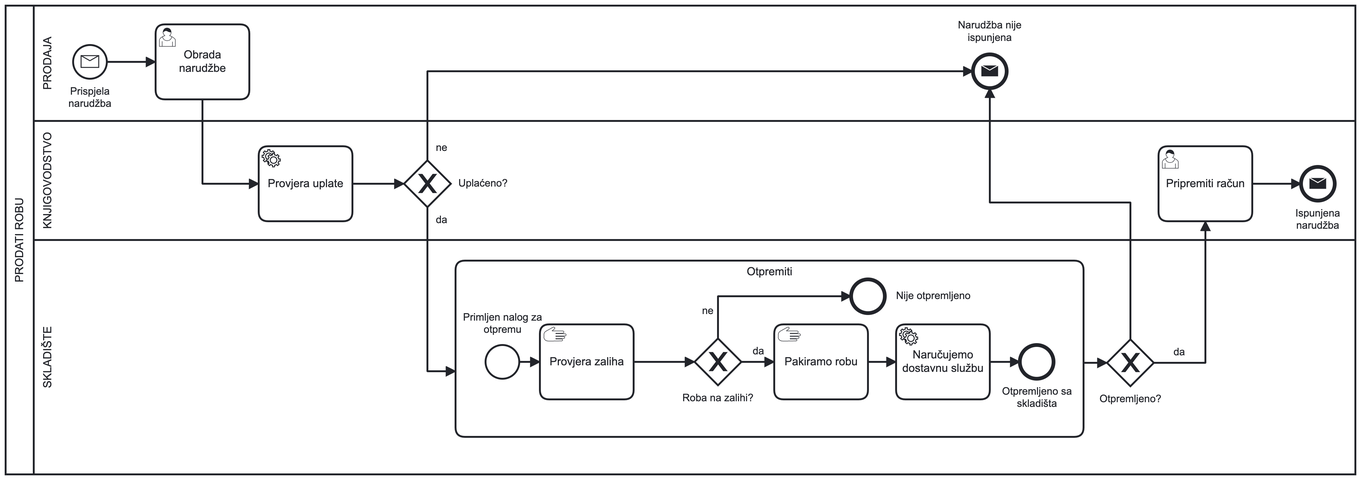
Before: UPP2 - Dopunski atributi elemenata modela procesa/screenshots/pp_prodati_robu_w_diff_activities_and_subprocess.png, a diagram exported from BPMN (lukablaskovic/FIPU-UPP). Its source is kept beside it as UPP2 - Dopunski atributi elemenata modela procesa/models/pp_prodati_robu_w_diff_activities_and_subprocess.bpmn. Ids are renumbered.
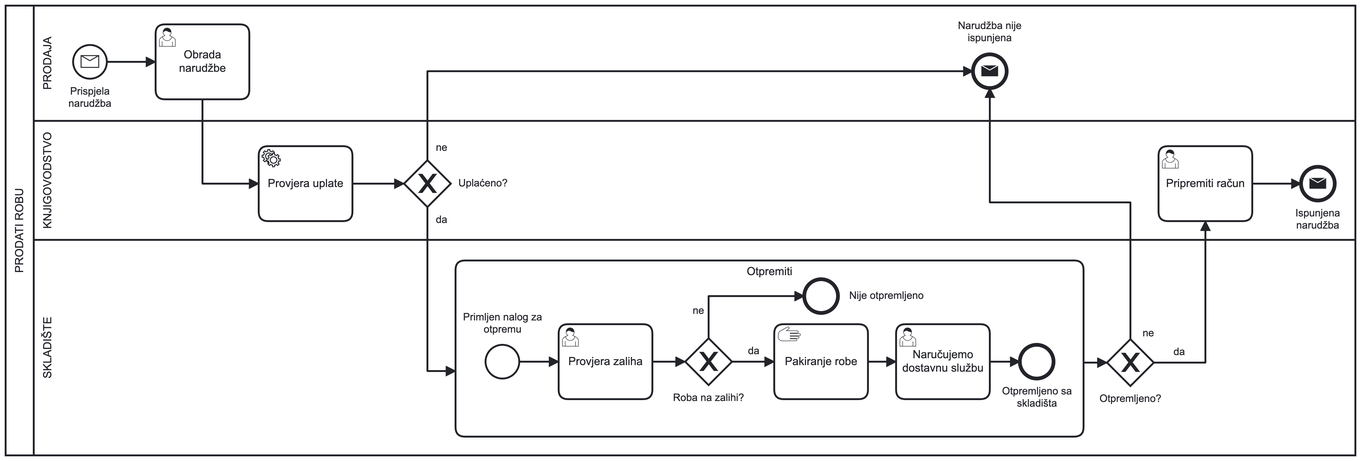
The same file after the commit.

The edit, as a diff of the source:
```diff
@@ -5,22 +5,22 @@
   <bpmn:process id="Process_n4" isExecutable="true">
     <bpmn:laneSet id="LaneSet_n5">
       <bpmn:lane id="Lane_n6" name="PRODAJA">
+        <bpmn:flowNodeRef>Event_n8</bpmn:flowNodeRef>
         <bpmn:flowNodeRef>Activity_n7</bpmn:flowNodeRef>
-        <bpmn:flowNodeRef>Event_n8</bpmn:flowNodeRef>
         <bpmn:flowNodeRef>Event_n9</bpmn:flowNodeRef>
       </bpmn:lane>
       <bpmn:lane id="Lane_n10" name="KNJIGOVODSTVO">
+        <bpmn:flowNodeRef>Activity_n14</bpmn:flowNodeRef>
+        <bpmn:flowNodeRef>Event_n13</bpmn:flowNodeRef>
+        <bpmn:flowNodeRef>Activity_n12</bpmn:flowNodeRef>
         <bpmn:flowNodeRef>Gateway_n11</bpmn:flowNodeRef>
-        <bpmn:flowNodeRef>Activity_n12</bpmn:flowNodeRef>
-        <bpmn:flowNodeRef>Event_n13</bpmn:flowNodeRef>
-        <bpmn:flowNodeRef>Activity_n14</bpmn:flowNodeRef>
       </bpmn:lane>
       <bpmn:lane id="Lane_n15" name="SKLADIŠTE">
+        <bpmn:flowNodeRef>Activity_n17</bpmn:flowNodeRef>
         <bpmn:flowNodeRef>Gateway_n16</bpmn:flowNodeRef>
-        <bpmn:flowNodeRef>Activity_n17</bpmn:flowNodeRef>
       </bpmn:lane>
     </bpmn:laneSet>
-    <bpmn:sequenceFlow id="Flow_n18" sourceRef="Gateway_n16" targetRef="Event_n8" />
+    <bpmn:sequenceFlow id="Flow_n18" name="ne" sourceRef="Gateway_n16" targetRef="Event_n8" />
     <bpmn:sequenceFlow id="Flow_n19" sourceRef="Activity_n17" targetRef="Gateway_n16" />
     <bpmn:sequenceFlow id="Flow_n20" name="da" sourceRef="Gateway_n16" targetRef="Activity_n14" />
     <bpmn:sequenceFlow id="Flow_n21" sourceRef="Activity_n14" targetRef="Event_n13" />
@@ -38,10 +38,6 @@
       <bpmn:endEvent id="Event_n29" name="Otpremljeno sa skladišta">
         <bpmn:incoming>Flow_n30</bpmn:incoming>
       </bpmn:endEvent>
-      <bpmn:manualTask id="Activity_n31" name="Provjera zaliha">
-        <bpmn:incoming>Flow_n28</bpmn:incoming>
-        <bpmn:outgoing>Flow_n32</bpmn:outgoing>
-      </bpmn:manualTask>
       <bpmn:sequenceFlow id="Flow_n28" sourceRef="Event_n27" targetRef="Activity_n31" />
       <bpmn:exclusiveGateway id="Gateway_n33" name="Roba na zalihi?">
         <bpmn:incoming>Flow_n32</bpmn:incoming>
@@ -56,14 +52,18 @@
       <bpmn:sequenceFlow id="Flow_n37" sourceRef="Activity_n38" targetRef="Activity_n39" />
       <bpmn:sequenceFlow id="Flow_n30" sourceRef="Activity_n39" targetRef="Event_n29" />
       <bpmn:sequenceFlow id="Flow_n35" name="da" sourceRef="Gateway_n33" targetRef="Activity_n38" />
-      <bpmn:manualTask id="Activity_n38" name="Pakiramo robu">
+      <bpmn:manualTask id="Activity_n38" name="Pakiranje robe">
         <bpmn:incoming>Flow_n35</bpmn:incoming>
         <bpmn:outgoing>Flow_n37</bpmn:outgoing>
       </bpmn:manualTask>
-      <bpmn:serviceTask id="Activity_n39" name="Naručujemo dostavnu službu">
+      <bpmn:userTask id="Activity_n31" name="Provjera zaliha">
+        <bpmn:incoming>Flow_n28</bpmn:incoming>
+        <bpmn:outgoing>Flow_n32</bpmn:outgoing>
+      </bpmn:userTask>
+      <bpmn:userTask id="Activity_n39" name="Naručujemo dostavnu službu">
         <bpmn:incoming>Flow_n37</bpmn:incoming>
         <bpmn:outgoing>Flow_n30</bpmn:outgoing>
-      </bpmn:serviceTask>
+      </bpmn:userTask>
     </bpmn:subProcess>
     <bpmn:endEvent id="Event_n8" name="Narudžba nije ispunjena">
       <bpmn:incoming>Flow_n25</bpmn:incoming>
@@ -104,11 +104,11 @@
   <bpmndi:BPMNDiagram id="BPMNDiagram_1">
     <bpmndi:BPMNPlane id="BPMNPlane_1" bpmnElement="Collaboration_n2">
       <bpmndi:BPMNShape id="Participant_n3_di" bpmnElement="Participant_n3" isHorizontal="true">
-        <dc:Bounds x="160" y="80" width="1440" height="500" />
+        <dc:Bounds x="160" y="80" width="1440" height="480" />
         <bpmndi:BPMNLabel />
       </bpmndi:BPMNShape>
       <bpmndi:BPMNShape id="Lane_n15_di" bpmnElement="Lane_n15" isHorizontal="true">
-        <dc:Bounds x="190" y="330" width="1410" height="250" />
+        <dc:Bounds x="190" y="330" width="1410" height="230" />
         <bpmndi:BPMNLabel />
       </bpmndi:BPMNShape>
       <bpmndi:BPMNShape id="Lane_n10_di" bpmnElement="Lane_n10" isHorizontal="true">
@@ -119,53 +119,15 @@
         <dc:Bounds x="190" y="80" width="1410" height="123" />
         <bpmndi:BPMNLabel />
       </bpmndi:BPMNShape>
-      <bpmndi:BPMNShape id="Gateway_n11_di" bpmnElement="Gateway_n11" isMarkerVisible="true">
-        <dc:Bounds x="585" y="245" width="50" height="50" />
-        <bpmndi:BPMNLabel>
-          <dc:Bounds x="643" y="263" width="53" height="14" />
-        </bpmndi:BPMNLabel>
-      </bpmndi:BPMNShape>
-      <bpmndi:BPMNShape id="Event_0zfo4fz_di" bpmnElement="Event_n9">
-        <dc:Bounds x="232" y="122" width="36" height="36" />
-        <bpmndi:BPMNLabel>
-          <dc:Bounds x="227" y="165" width="46" height="27" />
-        </bpmndi:BPMNLabel>
-      </bpmndi:BPMNShape>
-      <bpmndi:BPMNShape id="Activity_0wpebg7_di" bpmnElement="Activity_n7">
-        <dc:Bounds x="320" y="100" width="100" height="80" />
-        <bpmndi:BPMNLabel />
-      </bpmndi:BPMNShape>
-      <bpmndi:BPMNShape id="Activity_0u5gtck_di" bpmnElement="Activity_n12">
-        <dc:Bounds x="430" y="230" width="100" height="80" />
-      </bpmndi:BPMNShape>
-      <bpmndi:BPMNShape id="Event_1yqvf7x_di" bpmnElement="Event_n13">
-        <dc:Bounds x="1542" y="252" width="36" height="36" />
-        <bpmndi:BPMNLabel>
-          <dc:Bounds x="1536" y="295" width="48" height="27" />
-        </bpmndi:BPMNLabel>
-      </bpmndi:BPMNShape>
-      <bpmndi:BPMNShape id="Activity_0svj3hy_di" bpmnElement="Activity_n14">
-        <dc:Bounds x="1390" y="230" width="100" height="80" />
-      </bpmndi:BPMNShape>
-      <bpmndi:BPMNShape id="Gateway_n16_di" bpmnElement="Gateway_n16" isMarkerVisible="true">
-        <dc:Bounds x="1335" y="436" width="50" height="50" />
-        <bpmndi:BPMNLabel>
-          <dc:Bounds x="1327" y="493" width="67" height="14" />
-        </bpmndi:BPMNLabel>
-      </bpmndi:BPMNShape>
-      <bpmndi:BPMNShape id="Event_0844kvj_di" bpmnElement="Event_n8">
-        <dc:Bounds x="1192" y="132" width="36" height="36" />
-        <bpmndi:BPMNLabel>
-          <dc:Bounds x="1176" y="94.5" width="68" height="27" />
-        </bpmndi:BPMNLabel>
-      </bpmndi:BPMNShape>
       <bpmndi:BPMNShape id="Activity_143hm9d_di" bpmnElement="Activity_n17" isExpanded="true">
         <dc:Bounds x="640" y="352" width="670" height="188" />
         <bpmndi:BPMNLabel />
       </bpmndi:BPMNShape>
-      <bpmndi:BPMNShape id="Activity_0t0ksuy_di" bpmnElement="Activity_n39">
-        <dc:Bounds x="1110" y="420" width="100" height="80" />
-        <bpmndi:BPMNLabel />
+      <bpmndi:BPMNShape id="Event_1y22u14_di" bpmnElement="Event_n27">
+        <dc:Bounds x="672" y="442" width="36" height="36" />
+        <bpmndi:BPMNLabel>
+          <dc:Bounds x="648" y="406" width="85" height="27" />
+        </bpmndi:BPMNLabel>
       </bpmndi:BPMNShape>
       <bpmndi:BPMNShape id="Event_n29_di" bpmnElement="Event_n29">
         <dc:Bounds x="1242" y="442" width="36" height="36" />
@@ -173,51 +135,43 @@
           <dc:Bounds x="1223" y="485" width="75" height="27" />
         </bpmndi:BPMNLabel>
       </bpmndi:BPMNShape>
-      <bpmndi:BPMNShape id="Event_1y22u14_di" bpmnElement="Event_n27">
-        <dc:Bounds x="672" y="442" width="36" height="36" />
+      <bpmndi:BPMNShape id="Activity_16bof2e_di" bpmnElement="Activity_n38">
+        <dc:Bounds x="980" y="420" width="100" height="80" />
+        <bpmndi:BPMNLabel />
+      </bpmndi:BPMNShape>
+      <bpmndi:BPMNShape id="Gateway_n33_di" bpmnElement="Gateway_n33" isMarkerVisible="true">
+        <dc:Bounds x="885" y="435" width="50" height="50" />
         <bpmndi:BPMNLabel>
-          <dc:Bounds x="648" y="406" width="85" height="27" />
+          <dc:Bounds x="872" y="492" width="76" height="14" />
         </bpmndi:BPMNLabel>
       </bpmndi:BPMNShape>
-      <bpmndi:BPMNShape id="Activity_0bf006m_di" bpmnElement="Activity_n31">
-        <dc:Bounds x="730" y="420" width="100" height="80" />
+      <bpmndi:BPMNShape id="Activity_0jukiox_di" bpmnElement="Activity_n31">
+        <dc:Bounds x="750" y="420" width="100" height="80" />
       </bpmndi:BPMNShape>
-      <bpmndi:BPMNShape id="Gateway_n33_di" bpmnElement="Gateway_n33" isMarkerVisible="true">
-        <dc:Bounds x="895" y="435" width="50" height="50" />
-        <bpmndi:BPMNLabel>
-          <dc:Bounds x="882" y="492" width="76" height="14" />
-        </bpmndi:BPMNLabel>
-      </bpmndi:BPMNShape>
-      <bpmndi:BPMNShape id="Activity_16bof2e_di" bpmnElement="Activity_n38">
-        <dc:Bounds x="980" y="420" width="100" height="80" />
+      <bpmndi:BPMNShape id="Activity_1wokrfx_di" bpmnElement="Activity_n39">
+        <dc:Bounds x="1110" y="420" width="100" height="80" />
+        <bpmndi:BPMNLabel />
       </bpmndi:BPMNShape>
       <bpmndi:BPMNShape id="Event_n36_di" bpmnElement="Event_n36">
-        <dc:Bounds x="1062" y="372" width="36" height="36" />
+        <dc:Bounds x="1012" y="372" width="36" height="36" />
         <bpmndi:BPMNLabel>
-          <dc:Bounds x="1110" y="383" width="80" height="14" />
+          <dc:Bounds x="1060" y="383" width="80" height="14" />
         </bpmndi:BPMNLabel>
       </bpmndi:BPMNShape>
       <bpmndi:BPMNEdge id="Flow_n28_di" bpmnElement="Flow_n28">
         <di:waypoint x="708" y="460" />
-        <di:waypoint x="730" y="460" />
+        <di:waypoint x="750" y="460" />
       </bpmndi:BPMNEdge>
       <bpmndi:BPMNEdge id="Flow_n32_di" bpmnElement="Flow_n32">
-        <di:waypoint x="830" y="460" />
-        <di:waypoint x="895" y="460" />
+        <di:waypoint x="850" y="460" />
+        <di:waypoint x="885" y="460" />
       </bpmndi:BPMNEdge>
       <bpmndi:BPMNEdge id="Flow_n34_di" bpmnElement="Flow_n34">
-        <di:waypoint x="920" y="435" />
-        <di:waypoint x="920" y="390" />
-        <di:waypoint x="1062" y="390" />
+        <di:waypoint x="910" y="435" />
+        <di:waypoint x="910" y="390" />
+        <di:waypoint x="1012" y="390" />
         <bpmndi:BPMNLabel>
-          <dc:Bounds x="903" y="399" width="13" height="14" />
-        </bpmndi:BPMNLabel>
-      </bpmndi:BPMNEdge>
-      <bpmndi:BPMNEdge id="Flow_n35_di" bpmnElement="Flow_n35">
-        <di:waypoint x="945" y="460" />
-        <di:waypoint x="980" y="460" />
-        <bpmndi:BPMNLabel>
-          <dc:Bounds x="957" y="442" width="13" height="14" />
+          <dc:Bounds x="893" y="399" width="13" height="14" />
         </bpmndi:BPMNLabel>
       </bpmndi:BPMNEdge>
       <bpmndi:BPMNEdge id="Flow_n37_di" bpmnElement="Flow_n37">
@@ -228,38 +182,61 @@
         <di:waypoint x="1210" y="460" />
         <di:waypoint x="1242" y="460" />
       </bpmndi:BPMNEdge>
-      <bpmndi:BPMNEdge id="Flow_n23_di" bpmnElement="Flow_n23">
-        <di:waypoint x="268" y="140" />
-        <di:waypoint x="320" y="140" />
-      </bpmndi:BPMNEdge>
-      <bpmndi:BPMNEdge id="Flow_n22_di" bpmnElement="Flow_n22">
-        <di:waypoint x="370" y="180" />
-        <di:waypoint x="370" y="270" />
-        <di:waypoint x="430" y="270" />
-      </bpmndi:BPMNEdge>
-      <bpmndi:BPMNEdge id="Flow_n26_di" bpmnElement="Flow_n26">
-        <di:waypoint x="530" y="270" />
-        <di:waypoint x="585" y="270" />
-      </bpmndi:BPMNEdge>
-      <bpmndi:BPMNEdge id="Flow_n25_di" bpmnElement="Flow_n25">
-        <di:waypoint x="610" y="245" />
-        <di:waypoint x="610" y="150" />
-        <di:waypoint x="1192" y="150" />
+      <bpmndi:BPMNEdge id="Flow_n35_di" bpmnElement="Flow_n35">
+        <di:waypoint x="935" y="460" />
+        <di:waypoint x="980" y="460" />
         <bpmndi:BPMNLabel>
-          <dc:Bounds x="619" y="225" width="13" height="14" />
+          <dc:Bounds x="952" y="442" width="13" height="14" />
         </bpmndi:BPMNLabel>
       </bpmndi:BPMNEdge>
-      <bpmndi:BPMNEdge id="Flow_n24_di" bpmnElement="Flow_n24">
-        <di:waypoint x="610" y="295" />
-        <di:waypoint x="610" y="470" />
-        <di:waypoint x="640" y="470" />
+      <bpmndi:BPMNShape id="Event_0844kvj_di" bpmnElement="Event_n8">
+        <dc:Bounds x="1192" y="132" width="36" height="36" />
         <bpmndi:BPMNLabel>
-          <dc:Bounds x="619" y="302" width="13" height="14" />
+          <dc:Bounds x="1176" y="94.5" width="68" height="27" />
         </bpmndi:BPMNLabel>
-      </bpmndi:BPMNEdge>
-      <bpmndi:BPMNEdge id="Flow_n21_di" bpmnElement="Flow_n21">
-        <di:waypoint x="1490" y="270" />
-        <di:waypoint x="1542" y="270" />
+      </bpmndi:BPMNShape>
+      <bpmndi:BPMNShape id="Gateway_n16_di" bpmnElement="Gateway_n16" isMarkerVisible="true">
+        <dc:Bounds x="1335" y="436" width="50" height="50" />
+        <bpmndi:BPMNLabel>
+          <dc:Bounds x="1327" y="493" width="67" height="14" />
+        </bpmndi:BPMNLabel>
+      </bpmndi:BPMNShape>
+      <bpmndi:BPMNShape id="Activity_0svj3hy_di" bpmnElement="Activity_n14">
+        <dc:Bounds x="1390" y="230" width="100" height="80" />
+      </bpmndi:BPMNShape>
+      <bpmndi:BPMNShape id="Event_1yqvf7x_di" bpmnElement="Event_n13">
+        <dc:Bounds x="1542" y="252" width="36" height="36" />
+        <bpmndi:BPMNLabel>
+          <dc:Bounds x="1536" y="295" width="48" height="27" />
+        </bpmndi:BPMNLabel>
+      </bpmndi:BPMNShape>
+      <bpmndi:BPMNShape id="Activity_0u5gtck_di" bpmnElement="Activity_n12">
+        <dc:Bounds x="430" y="230" width="100" height="80" />
+      </bpmndi:BPMNShape>
+      <bpmndi:BPMNShape id="Activity_0wpebg7_di" bpmnElement="Activity_n7">
+        <dc:Bounds x="320" y="100" width="100" height="80" />
+        <bpmndi:BPMNLabel />
+      </bpmndi:BPMNShape>
+      <bpmndi:BPMNShape id="Event_0zfo4fz_di" bpmnElement="Event_n9">
+        <dc:Bounds x="232" y="122" width="36" height="36" />
+        <bpmndi:BPMNLabel>
+          <dc:Bounds x="227" y="165" width="46" height="27" />
+        </bpmndi:BPMNLabel>
+      </bpmndi:BPMNShape>
+      <bpmndi:BPMNShape id="Gateway_n11_di" bpmnElement="Gateway_n11" isMarkerVisible="true">
+        <dc:Bounds x="585" y="245" width="50" height="50" />
+        <bpmndi:BPMNLabel>
+          <dc:Bounds x="643" y="263" width="53" height="14" />
+        </bpmndi:BPMNLabel>
+      </bpmndi:BPMNShape>
+      <bpmndi:BPMNEdge id="Flow_n18_di" bpmnElement="Flow_n18">
+        <di:waypoint x="1360" y="436" />
+        <di:waypoint x="1360" y="290" />
+        <di:waypoint x="1210" y="290" />
+        <di:waypoint x="1210" y="168" />
+        <bpmndi:BPMNLabel>
+          <dc:Bounds x="1373" y="423" width="13" height="14" />
+        </bpmndi:BPMNLabel>
       </bpmndi:BPMNEdge>
       <bpmndi:BPMNEdge id="Flow_n19_di" bpmnElement="Flow_n19">
         <di:waypoint x="1310" y="461" />
@@ -273,11 +250,38 @@
           <dc:Bounds x="1406" y="443" width="13" height="14" />
         </bpmndi:BPMNLabel>
       </bpmndi:BPMNEdge>
-      <bpmndi:BPMNEdge id="Flow_n18_di" bpmnElement="Flow_n18">
-        <di:waypoint x="1360" y="436" />
-        <di:waypoint x="1360" y="290" />
-        <di:waypoint x="1210" y="290" />
-        <di:waypoint x="1210" y="168" />
+      <bpmndi:BPMNEdge id="Flow_n21_di" bpmnElement="Flow_n21">
+        <di:waypoint x="1490" y="270" />
+        <di:waypoint x="1542" y="270" />
+      </bpmndi:BPMNEdge>
+      <bpmndi:BPMNEdge id="Flow_n22_di" bpmnElement="Flow_n22">
+        <di:waypoint x="370" y="180" />
+        <di:waypoint x="370" y="270" />
+        <di:waypoint x="430" y="270" />
+      </bpmndi:BPMNEdge>
+      <bpmndi:BPMNEdge id="Flow_n23_di" bpmnElement="Flow_n23">
+        <di:waypoint x="268" y="140" />
+        <di:waypoint x="320" y="140" />
+      </bpmndi:BPMNEdge>
+      <bpmndi:BPMNEdge id="Flow_n24_di" bpmnElement="Flow_n24">
+        <di:waypoint x="610" y="295" />
+        <di:waypoint x="610" y="470" />
+        <di:waypoint x="640" y="470" />
+        <bpmndi:BPMNLabel>
+          <dc:Bounds x="619" y="302" width="13" height="14" />
+        </bpmndi:BPMNLabel>
+      </bpmndi:BPMNEdge>
+      <bpmndi:BPMNEdge id="Flow_n25_di" bpmnElement="Flow_n25">
+        <di:waypoint x="610" y="245" />
+        <di:waypoint x="610" y="150" />
+        <di:waypoint x="1192" y="150" />
+        <bpmndi:BPMNLabel>
+          <dc:Bounds x="619" y="225" width="13" height="14" />
+        </bpmndi:BPMNLabel>
+      </bpmndi:BPMNEdge>
+      <bpmndi:BPMNEdge id="Flow_n26_di" bpmnElement="Flow_n26">
+        <di:waypoint x="530" y="270" />
+        <di:waypoint x="585" y="270" />
       </bpmndi:BPMNEdge>
     </bpmndi:BPMNPlane>
   </bpmndi:BPMNDiagram>
```
